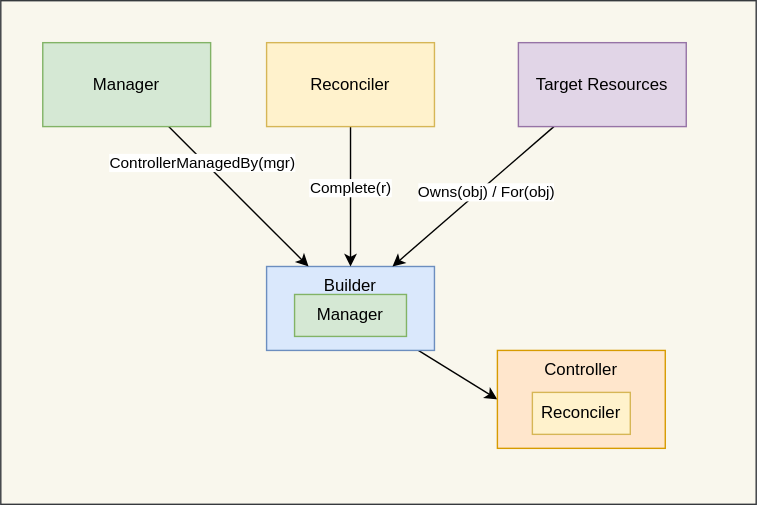
Before: contents/kubernetes-operator/controller-runtime/builder/overview.drawio.svg, a diagram exported from draw.io (nakamasato/kubernetes-training). Source tidied: cells renumbered, new cells last; positions are measured from the earlier drawing's top-left corner, leaving out a move shared by most shapes.
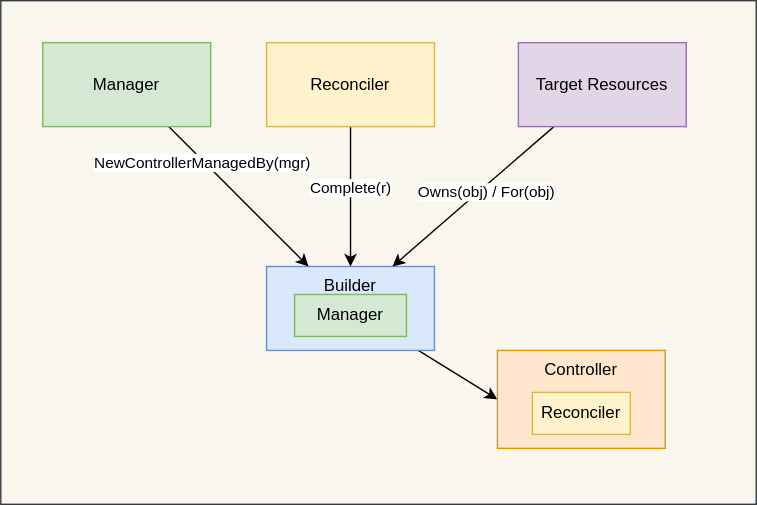
After the change.

Change to the diagram source:
```diff
@@ -14,7 +14,7 @@
     <mxCell id="5" style="edgeStyle=none;html=1;" parent="1" edge="1" source="7" target="4">
       <mxGeometry relative="1" as="geometry" />
     </mxCell>
-    <mxCell id="6" value="ControllerManagedBy(mgr)" style="edgeLabel;html=1;align=center;verticalAlign=middle;" parent="5" vertex="1">
+    <mxCell id="6" value="NewControllerManagedBy(mgr)" style="edgeLabel;html=1;align=center;verticalAlign=middle;" parent="5" vertex="1">
       <mxGeometry x="-0.51" y="-1" relative="1" as="geometry" />
     </mxCell>
     <mxCell id="7" value="Manager" style="rounded=0;whiteSpace=wrap;html=1;fillColor=#d5e8d4;strokeColor=#82b366;" parent="1" vertex="1">
```
